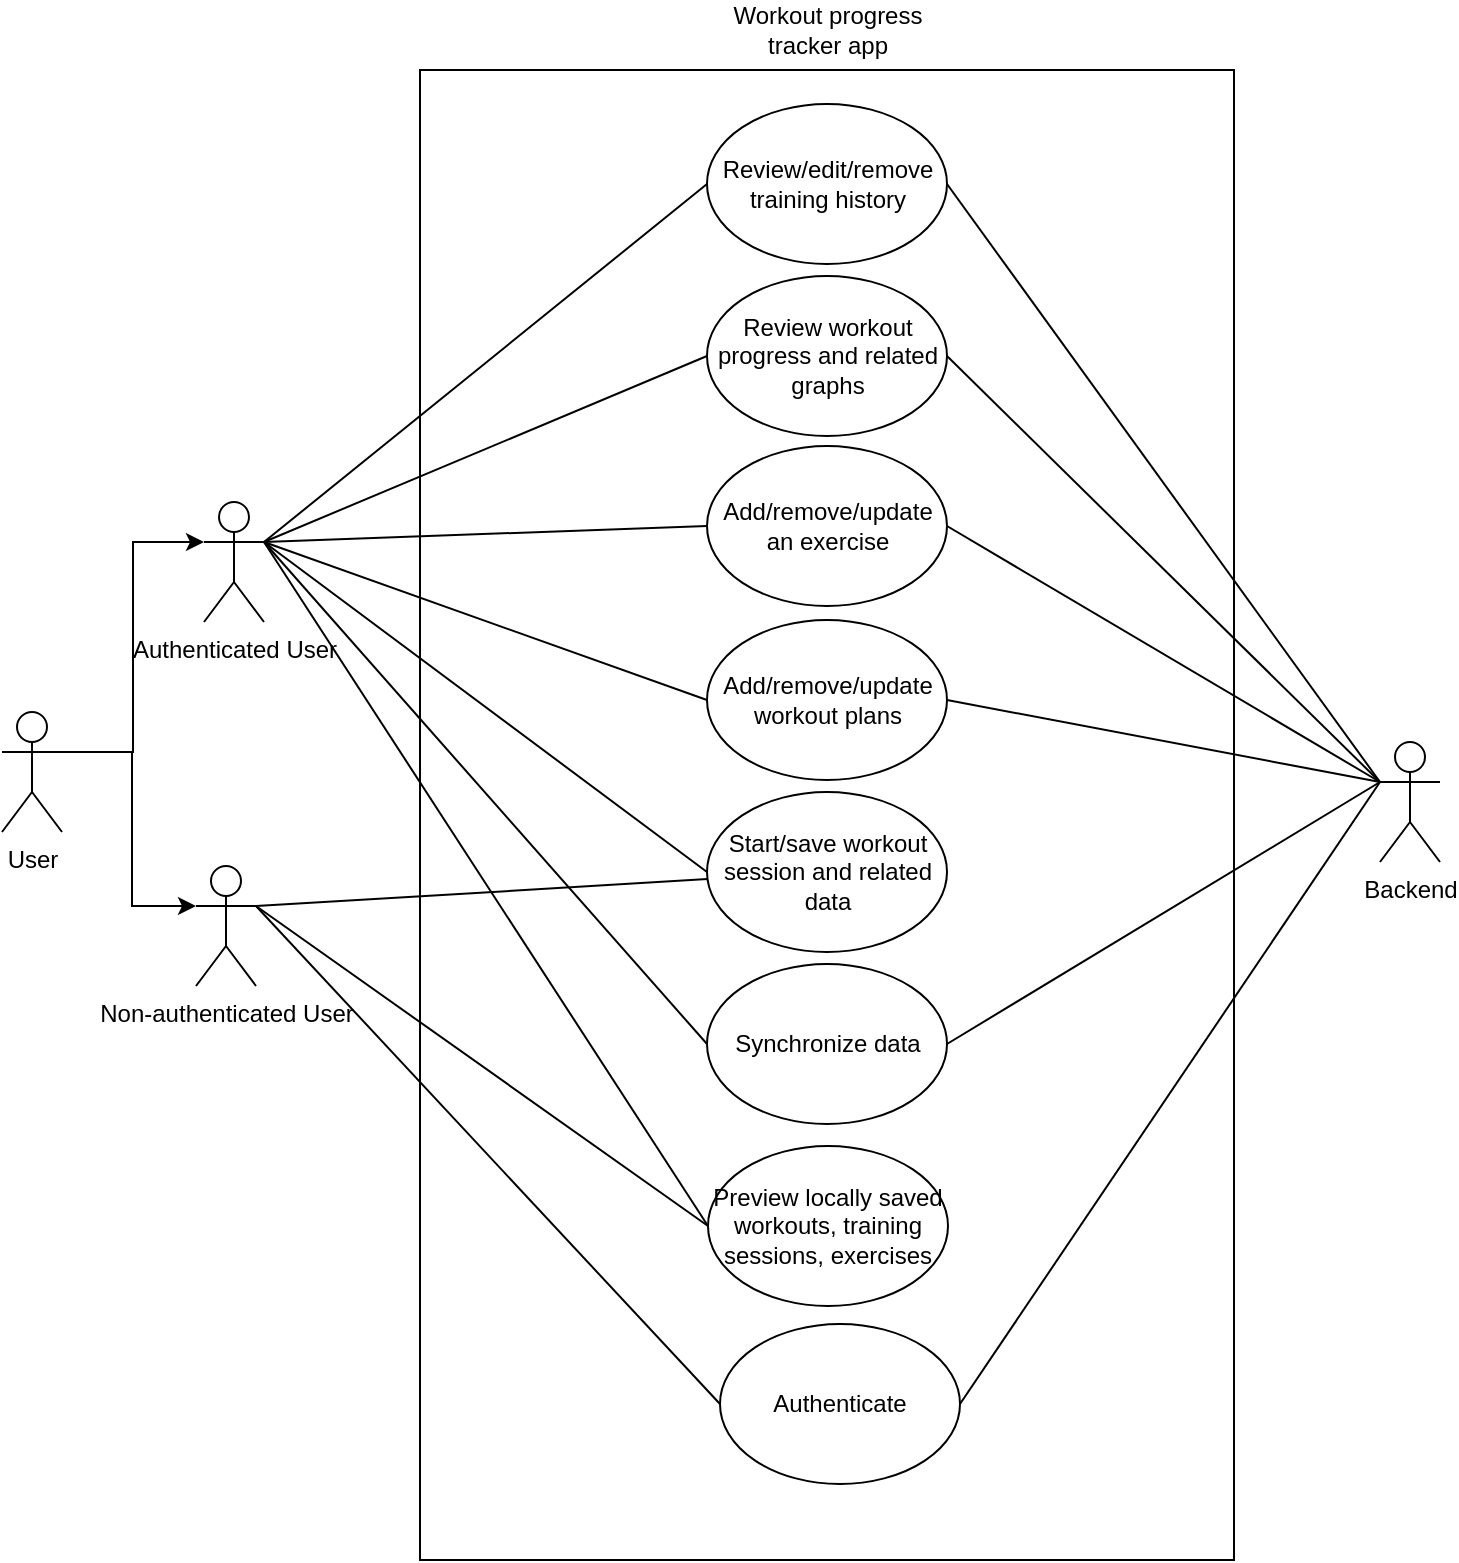
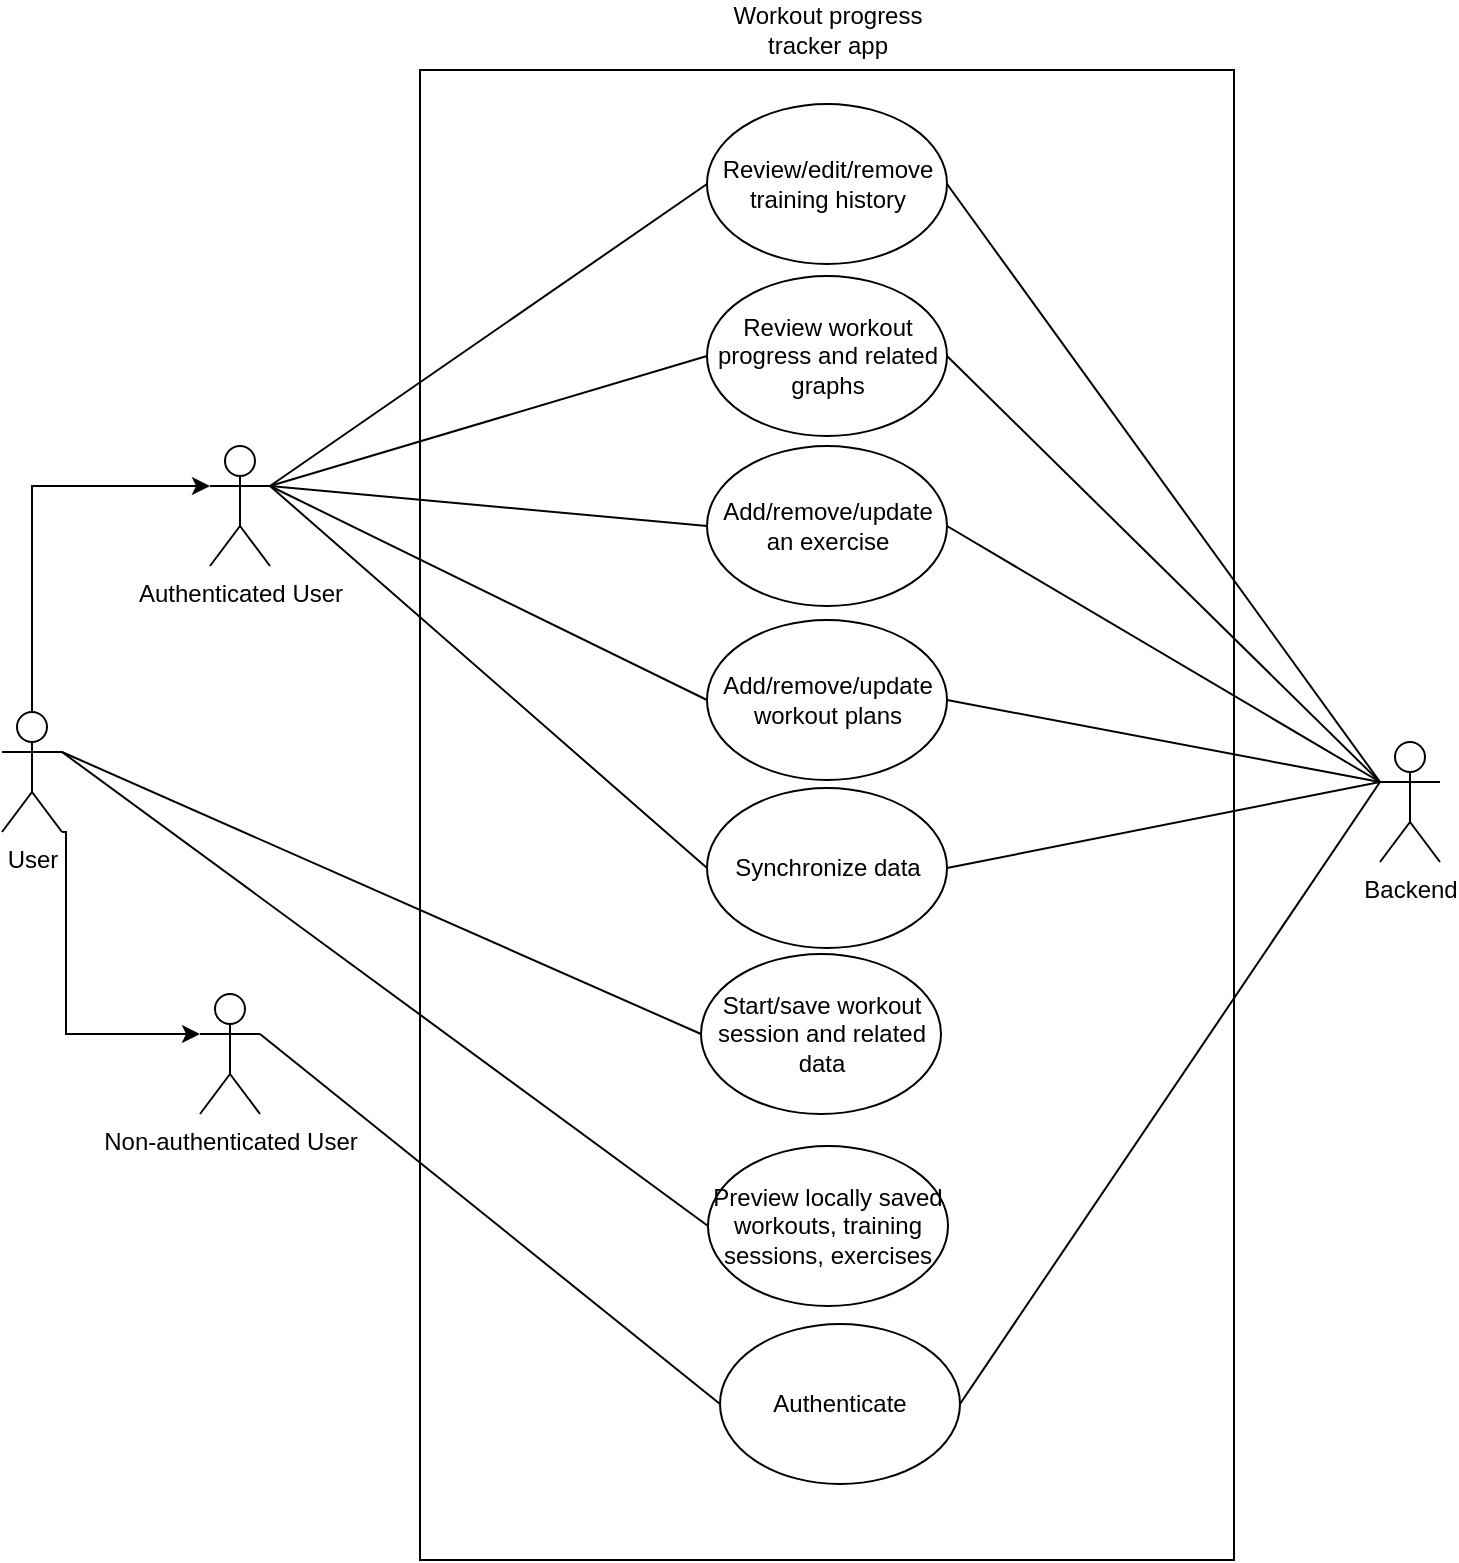
- <mxfile host="app.diagrams.net" agent="Mozilla/5.0 (Windows NT 10.0; Win64; x64) AppleWebKit/537.36 (KHTML, like Gecko) Chrome/145.0.0.0 Safari/537.36" version="29.4.0">
+ <mxfile host="app.diagrams.net" agent="Mozilla/5.0 (Windows NT 10.0; Win64; x64) AppleWebKit/537.36 (KHTML, like Gecko) Chrome/145.0.0.0 Safari/537.36" version="29.5.1">
  <diagram name="Page-1" id="o_9RZGAJSwRYu3yFkMyA">
-     <mxGraphModel dx="2022" dy="1038" grid="0" gridSize="10" guides="1" tooltips="1" connect="1" arrows="1" fold="1" page="1" pageScale="1" pageWidth="850" pageHeight="1100" background="light-dark(#FFFFFF,#FFFFFF)" math="0" shadow="0">
+     <mxGraphModel dx="933" dy="479" grid="0" gridSize="10" guides="1" tooltips="1" connect="1" arrows="1" fold="1" page="1" pageScale="1" pageWidth="850" pageHeight="1100" background="light-dark(#FFFFFF,#FFFFFF)" math="0" shadow="0">
      <root>
        <mxCell id="0" />
        <mxCell id="1" parent="0" />
        <mxCell id="S5Ny3bAKd17XC2hBX4w4-2" parent="1" style="shape=umlActor;verticalLabelPosition=bottom;verticalAlign=top;html=1;fillColor=light-dark(#FFFFFF,#FFFFFF);strokeColor=light-dark(#000000,#000000);fontColor=light-dark(#000000,#000000);" value="Backend" vertex="1">
          <mxGeometry height="60" width="30" x="695" y="419" as="geometry" />
        </mxCell>
        <mxCell id="S5Ny3bAKd17XC2hBX4w4-6" parent="1" style="rounded=0;whiteSpace=wrap;html=1;fillColor=light-dark(#FFFFFF,#FFFFFF);strokeColor=light-dark(#000000,#000000);" value="" vertex="1">
          <mxGeometry height="745" width="407" x="215" y="83" as="geometry" />
        </mxCell>
        <mxCell id="S5Ny3bAKd17XC2hBX4w4-7" parent="1" style="text;html=1;whiteSpace=wrap;strokeColor=none;fillColor=none;align=center;verticalAlign=middle;rounded=0;fontColor=light-dark(#000000,#000000);" value="Workout progress tracker app" vertex="1">
          <mxGeometry height="30" width="126" x="355.5" y="48" as="geometry" />
        </mxCell>
        <mxCell id="S5Ny3bAKd17XC2hBX4w4-8" parent="1" style="ellipse;whiteSpace=wrap;html=1;" value="Review/edit/remove training history" vertex="1">
          <mxGeometry height="80" width="120" x="358.5" y="100" as="geometry" />
        </mxCell>
        <mxCell id="S5Ny3bAKd17XC2hBX4w4-9" parent="1" style="ellipse;whiteSpace=wrap;html=1;" value="Review workout progress and related graphs" vertex="1">
          <mxGeometry height="80" width="120" x="358.5" y="186" as="geometry" />
        </mxCell>
        <mxCell id="S5Ny3bAKd17XC2hBX4w4-10" parent="1" style="ellipse;whiteSpace=wrap;html=1;" value="Add/remove/update an exercise" vertex="1">
          <mxGeometry height="80" width="120" x="358.5" y="271" as="geometry" />
        </mxCell>
        <mxCell id="S5Ny3bAKd17XC2hBX4w4-11" parent="1" style="ellipse;whiteSpace=wrap;html=1;" value="Add/remove/update workout plans" vertex="1">
          <mxGeometry height="80" width="120" x="358.5" y="358" as="geometry" />
        </mxCell>
        <mxCell id="S5Ny3bAKd17XC2hBX4w4-12" parent="1" style="ellipse;whiteSpace=wrap;html=1;" value="Start/save workout session and related data" vertex="1">
-           <mxGeometry height="80" width="120" x="358.5" y="444" as="geometry" />
+           <mxGeometry height="80" width="120" x="355.5" y="525" as="geometry" />
+         </mxCell>
+         <mxCell id="bQ3INLQ0cJ_01I7THtvP-1" edge="1" parent="1" source="S5Ny3bAKd17XC2hBX4w4-16" style="rounded=0;orthogonalLoop=1;jettySize=auto;html=1;exitX=1;exitY=0.3333333333333333;exitDx=0;exitDy=0;exitPerimeter=0;entryX=0;entryY=0.5;entryDx=0;entryDy=0;endArrow=none;endFill=0;" target="S5Ny3bAKd17XC2hBX4w4-12">
+           <mxGeometry relative="1" as="geometry" />
+         </mxCell>
+         <mxCell id="bQ3INLQ0cJ_01I7THtvP-2" edge="1" parent="1" source="S5Ny3bAKd17XC2hBX4w4-16" style="rounded=0;orthogonalLoop=1;jettySize=auto;html=1;exitX=1;exitY=0.3333333333333333;exitDx=0;exitDy=0;exitPerimeter=0;entryX=0;entryY=0.5;entryDx=0;entryDy=0;endArrow=none;endFill=0;" target="incPeOUw5dsslNAWLbD1-7">
+           <mxGeometry relative="1" as="geometry" />
        </mxCell>
        <mxCell id="S5Ny3bAKd17XC2hBX4w4-16" parent="1" style="shape=umlActor;verticalLabelPosition=bottom;verticalAlign=top;html=1;fillColor=light-dark(#FFFFFF,#FFFFFF);strokeColor=light-dark(#000000,#000000);fontColor=light-dark(#000000,#000000);" value="User" vertex="1">
          <mxGeometry height="60" width="30" x="6" y="404" as="geometry" />
        </mxCell>
        <mxCell id="S5Ny3bAKd17XC2hBX4w4-22" edge="1" parent="1" source="S5Ny3bAKd17XC2hBX4w4-8" style="rounded=0;orthogonalLoop=1;jettySize=auto;html=1;exitX=1;exitY=0.5;exitDx=0;exitDy=0;entryX=0;entryY=0.3333333333333333;entryDx=0;entryDy=0;entryPerimeter=0;endArrow=none;endFill=0;" target="S5Ny3bAKd17XC2hBX4w4-2">
          <mxGeometry relative="1" as="geometry" />
        </mxCell>
        <mxCell id="S5Ny3bAKd17XC2hBX4w4-23" edge="1" parent="1" source="S5Ny3bAKd17XC2hBX4w4-9" style="rounded=0;orthogonalLoop=1;jettySize=auto;html=1;exitX=1;exitY=0.5;exitDx=0;exitDy=0;entryX=0;entryY=0.3333333333333333;entryDx=0;entryDy=0;entryPerimeter=0;endArrow=none;endFill=0;" target="S5Ny3bAKd17XC2hBX4w4-2">
          <mxGeometry relative="1" as="geometry" />
        </mxCell>
        <mxCell id="S5Ny3bAKd17XC2hBX4w4-24" edge="1" parent="1" source="S5Ny3bAKd17XC2hBX4w4-10" style="rounded=0;orthogonalLoop=1;jettySize=auto;html=1;exitX=1;exitY=0.5;exitDx=0;exitDy=0;entryX=0;entryY=0.3333333333333333;entryDx=0;entryDy=0;entryPerimeter=0;endArrow=none;endFill=0;" target="S5Ny3bAKd17XC2hBX4w4-2">
          <mxGeometry relative="1" as="geometry" />
        </mxCell>
        <mxCell id="S5Ny3bAKd17XC2hBX4w4-25" edge="1" parent="1" source="S5Ny3bAKd17XC2hBX4w4-11" style="rounded=0;orthogonalLoop=1;jettySize=auto;html=1;exitX=1;exitY=0.5;exitDx=0;exitDy=0;entryX=0;entryY=0.3333333333333333;entryDx=0;entryDy=0;entryPerimeter=0;endArrow=none;endFill=0;" target="S5Ny3bAKd17XC2hBX4w4-2">
          <mxGeometry relative="1" as="geometry" />
        </mxCell>
        <mxCell id="S5Ny3bAKd17XC2hBX4w4-26" edge="1" parent="1" source="incPeOUw5dsslNAWLbD1-6" style="rounded=0;orthogonalLoop=1;jettySize=auto;html=1;exitX=1;exitY=0.5;exitDx=0;exitDy=0;entryX=0;entryY=0.3333333333333333;entryDx=0;entryDy=0;entryPerimeter=0;endArrow=none;endFill=0;" target="S5Ny3bAKd17XC2hBX4w4-2">
          <mxGeometry relative="1" as="geometry" />
        </mxCell>
        <mxCell id="incPeOUw5dsslNAWLbD1-9" edge="1" parent="1" source="incPeOUw5dsslNAWLbD1-1" style="rounded=0;orthogonalLoop=1;jettySize=auto;html=1;exitX=1;exitY=0.3333333333333333;exitDx=0;exitDy=0;exitPerimeter=0;entryX=0;entryY=0.5;entryDx=0;entryDy=0;endArrow=none;endFill=0;" target="S5Ny3bAKd17XC2hBX4w4-8">
          <mxGeometry relative="1" as="geometry" />
        </mxCell>
        <mxCell id="incPeOUw5dsslNAWLbD1-10" edge="1" parent="1" source="incPeOUw5dsslNAWLbD1-1" style="rounded=0;orthogonalLoop=1;jettySize=auto;html=1;exitX=1;exitY=0.3333333333333333;exitDx=0;exitDy=0;exitPerimeter=0;entryX=0;entryY=0.5;entryDx=0;entryDy=0;endArrow=none;endFill=0;" target="S5Ny3bAKd17XC2hBX4w4-9">
          <mxGeometry relative="1" as="geometry" />
        </mxCell>
        <mxCell id="incPeOUw5dsslNAWLbD1-11" edge="1" parent="1" source="incPeOUw5dsslNAWLbD1-1" style="rounded=0;orthogonalLoop=1;jettySize=auto;html=1;exitX=1;exitY=0.3333333333333333;exitDx=0;exitDy=0;exitPerimeter=0;entryX=0;entryY=0.5;entryDx=0;entryDy=0;endArrow=none;endFill=0;" target="S5Ny3bAKd17XC2hBX4w4-10">
          <mxGeometry relative="1" as="geometry" />
        </mxCell>
        <mxCell id="incPeOUw5dsslNAWLbD1-12" edge="1" parent="1" source="incPeOUw5dsslNAWLbD1-1" style="rounded=0;orthogonalLoop=1;jettySize=auto;html=1;exitX=1;exitY=0.3333333333333333;exitDx=0;exitDy=0;exitPerimeter=0;entryX=0;entryY=0.5;entryDx=0;entryDy=0;endArrow=none;endFill=0;" target="S5Ny3bAKd17XC2hBX4w4-11">
          <mxGeometry relative="1" as="geometry" />
        </mxCell>
-         <mxCell id="incPeOUw5dsslNAWLbD1-13" edge="1" parent="1" source="incPeOUw5dsslNAWLbD1-1" style="rounded=0;orthogonalLoop=1;jettySize=auto;html=1;exitX=1;exitY=0.3333333333333333;exitDx=0;exitDy=0;exitPerimeter=0;entryX=0;entryY=0.5;entryDx=0;entryDy=0;endArrow=none;endFill=0;" target="S5Ny3bAKd17XC2hBX4w4-12">
-           <mxGeometry relative="1" as="geometry" />
-         </mxCell>
-         <mxCell id="incPeOUw5dsslNAWLbD1-18" edge="1" parent="1" source="incPeOUw5dsslNAWLbD1-1" style="rounded=0;orthogonalLoop=1;jettySize=auto;html=1;exitX=1;exitY=0.3333333333333333;exitDx=0;exitDy=0;exitPerimeter=0;entryX=0;entryY=0.5;entryDx=0;entryDy=0;endArrow=none;endFill=0;" target="incPeOUw5dsslNAWLbD1-7">
-           <mxGeometry relative="1" as="geometry" />
-         </mxCell>
        <mxCell id="incPeOUw5dsslNAWLbD1-21" edge="1" parent="1" source="incPeOUw5dsslNAWLbD1-1" style="rounded=0;orthogonalLoop=1;jettySize=auto;html=1;exitX=1;exitY=0.3333333333333333;exitDx=0;exitDy=0;exitPerimeter=0;entryX=0;entryY=0.5;entryDx=0;entryDy=0;endArrow=none;endFill=0;" target="incPeOUw5dsslNAWLbD1-6">
          <mxGeometry relative="1" as="geometry" />
        </mxCell>
        <mxCell id="incPeOUw5dsslNAWLbD1-1" parent="1" style="shape=umlActor;verticalLabelPosition=bottom;verticalAlign=top;html=1;outlineConnect=0;" value="Authenticated User" vertex="1">
-           <mxGeometry height="60" width="30" x="107" y="299" as="geometry" />
-         </mxCell>
-         <mxCell id="incPeOUw5dsslNAWLbD1-14" edge="1" parent="1" source="incPeOUw5dsslNAWLbD1-3" style="rounded=0;orthogonalLoop=1;jettySize=auto;html=1;exitX=1;exitY=0.3333333333333333;exitDx=0;exitDy=0;exitPerimeter=0;endArrow=none;endFill=0;" target="S5Ny3bAKd17XC2hBX4w4-12">
-           <mxGeometry relative="1" as="geometry">
-             <mxPoint x="355.66664123535156" y="478.08335876464844" as="targetPoint" />
-           </mxGeometry>
+           <mxGeometry height="60" width="30" x="110" y="271" as="geometry" />
        </mxCell>
        <mxCell id="incPeOUw5dsslNAWLbD1-16" edge="1" parent="1" source="incPeOUw5dsslNAWLbD1-3" style="rounded=0;orthogonalLoop=1;jettySize=auto;html=1;exitX=1;exitY=0.3333333333333333;exitDx=0;exitDy=0;exitPerimeter=0;entryX=0;entryY=0.5;entryDx=0;entryDy=0;endArrow=none;endFill=0;" target="incPeOUw5dsslNAWLbD1-8">
          <mxGeometry relative="1" as="geometry" />
        </mxCell>
-         <mxCell id="incPeOUw5dsslNAWLbD1-17" edge="1" parent="1" source="incPeOUw5dsslNAWLbD1-3" style="rounded=0;orthogonalLoop=1;jettySize=auto;html=1;exitX=1;exitY=0.3333333333333333;exitDx=0;exitDy=0;exitPerimeter=0;entryX=0;entryY=0.5;entryDx=0;entryDy=0;endArrow=none;endFill=0;" target="incPeOUw5dsslNAWLbD1-7">
+         <mxCell id="incPeOUw5dsslNAWLbD1-3" parent="1" style="shape=umlActor;verticalLabelPosition=bottom;verticalAlign=top;html=1;outlineConnect=0;" value="Non-authenticated User" vertex="1">
+           <mxGeometry height="60" width="30" x="105" y="545" as="geometry" />
+         </mxCell>
+         <mxCell id="incPeOUw5dsslNAWLbD1-4" edge="1" parent="1" source="S5Ny3bAKd17XC2hBX4w4-16" style="edgeStyle=orthogonalEdgeStyle;rounded=0;orthogonalLoop=1;jettySize=auto;html=1;exitX=0.5;exitY=0;exitDx=0;exitDy=0;exitPerimeter=0;entryX=0;entryY=0.3333333333333333;entryDx=0;entryDy=0;entryPerimeter=0;" target="incPeOUw5dsslNAWLbD1-1">
          <mxGeometry relative="1" as="geometry" />
        </mxCell>
-         <mxCell id="incPeOUw5dsslNAWLbD1-3" parent="1" style="shape=umlActor;verticalLabelPosition=bottom;verticalAlign=top;html=1;outlineConnect=0;" value="Non-authenticated User" vertex="1">
-           <mxGeometry height="60" width="30" x="103" y="481" as="geometry" />
-         </mxCell>
-         <mxCell id="incPeOUw5dsslNAWLbD1-4" edge="1" parent="1" source="S5Ny3bAKd17XC2hBX4w4-16" style="edgeStyle=orthogonalEdgeStyle;rounded=0;orthogonalLoop=1;jettySize=auto;html=1;exitX=1;exitY=0.3333333333333333;exitDx=0;exitDy=0;exitPerimeter=0;entryX=0;entryY=0.3333333333333333;entryDx=0;entryDy=0;entryPerimeter=0;" target="incPeOUw5dsslNAWLbD1-1">
-           <mxGeometry relative="1" as="geometry" />
-         </mxCell>
-         <mxCell id="incPeOUw5dsslNAWLbD1-5" edge="1" parent="1" source="S5Ny3bAKd17XC2hBX4w4-16" style="edgeStyle=orthogonalEdgeStyle;rounded=0;orthogonalLoop=1;jettySize=auto;html=1;exitX=1;exitY=0.3333333333333333;exitDx=0;exitDy=0;exitPerimeter=0;entryX=0;entryY=0.3333333333333333;entryDx=0;entryDy=0;entryPerimeter=0;" target="incPeOUw5dsslNAWLbD1-3">
+         <mxCell id="incPeOUw5dsslNAWLbD1-5" edge="1" parent="1" source="S5Ny3bAKd17XC2hBX4w4-16" style="edgeStyle=orthogonalEdgeStyle;rounded=0;orthogonalLoop=1;jettySize=auto;html=1;entryX=0;entryY=0.3333333333333333;entryDx=0;entryDy=0;entryPerimeter=0;exitX=1;exitY=1;exitDx=0;exitDy=0;exitPerimeter=0;" target="incPeOUw5dsslNAWLbD1-3">
          <mxGeometry relative="1" as="geometry">
            <Array as="points">
-               <mxPoint x="71" y="424" />
-               <mxPoint x="71" y="501" />
+               <mxPoint x="38" y="464" />
+               <mxPoint x="38" y="565" />
            </Array>
+             <mxPoint x="38" y="522" as="sourcePoint" />
          </mxGeometry>
        </mxCell>
        <mxCell id="incPeOUw5dsslNAWLbD1-6" parent="1" style="ellipse;whiteSpace=wrap;html=1;" value="Synchronize data" vertex="1">
-           <mxGeometry height="80" width="120" x="358.5" y="530" as="geometry" />
+           <mxGeometry height="80" width="120" x="358.5" y="442" as="geometry" />
        </mxCell>
        <mxCell id="incPeOUw5dsslNAWLbD1-7" parent="1" style="ellipse;whiteSpace=wrap;html=1;" value="Preview locally saved workouts, training sessions, exercises" vertex="1">
          <mxGeometry height="80" width="120" x="359" y="621" as="geometry" />
        </mxCell>
        <mxCell id="incPeOUw5dsslNAWLbD1-8" parent="1" style="ellipse;whiteSpace=wrap;html=1;" value="Authenticate" vertex="1">
          <mxGeometry height="80" width="120" x="365" y="710" as="geometry" />
        </mxCell>
        <mxCell id="incPeOUw5dsslNAWLbD1-20" edge="1" parent="1" source="incPeOUw5dsslNAWLbD1-8" style="rounded=0;orthogonalLoop=1;jettySize=auto;html=1;exitX=1;exitY=0.5;exitDx=0;exitDy=0;entryX=0;entryY=0.3333333333333333;entryDx=0;entryDy=0;entryPerimeter=0;endArrow=none;endFill=0;" target="S5Ny3bAKd17XC2hBX4w4-2">
          <mxGeometry relative="1" as="geometry" />
        </mxCell>
      </root>
    </mxGraphModel>
  </diagram>
</mxfile>
